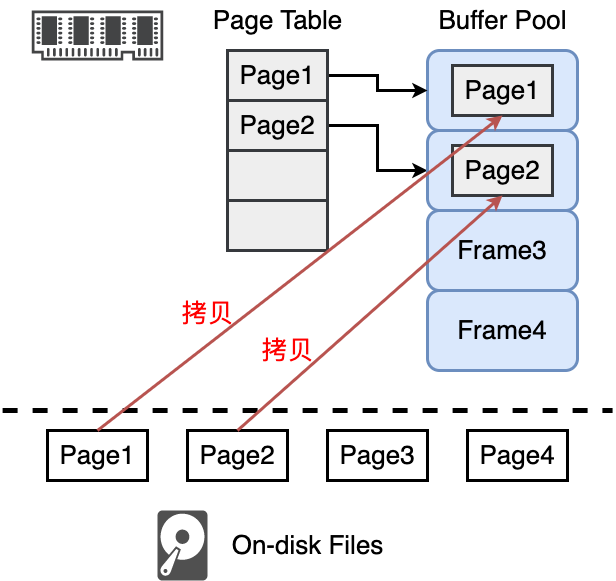
Earlier version of the draw.io export CS/Database/数据库理论/PageTable.drawio.png (superwjfeng/MarkdownWriting). Source tidied: cells renumbered, new cells last; positions are measured from the earlier drawing's top-left corner, leaving out a move shared by most shapes. Its diagram source:
```xml
<mxGraphModel background="#ffffff">
  <root>
    <mxCell id="0" />
    <mxCell id="1" parent="0" />
    <mxCell id="2" style="rounded=1;whiteSpace=wrap;html=1;strokeWidth=3;fillColor=#dae8fc;strokeColor=#6c8ebf;" parent="1" vertex="1">
      <mxGeometry x="425" y="50" width="150" height="80" as="geometry" />
    </mxCell>
    <mxCell id="3" style="sketch=0;shadow=0;dashed=0;html=1;strokeColor=none;fillColor=#505050;labelPosition=center;verticalLabelPosition=bottom;verticalAlign=top;align=center;shape=mxgraph.office.devices.hard_disk;" parent="1" vertex="1">
      <mxGeometry x="155" y="510" width="50" height="70" as="geometry" />
    </mxCell>
    <mxCell id="4" value="&lt;font style=&quot;font-size: 26px;&quot;&gt;On-disk Files&lt;/font&gt;" style="text;html=1;align=center;verticalAlign=middle;strokeColor=none;fillColor=none;" parent="1" vertex="1">
      <mxGeometry x="215" y="525" width="180" height="40" as="geometry" />
    </mxCell>
    <mxCell id="5" style="sketch=0;shadow=0;dashed=0;html=1;strokeColor=none;fillColor=#434445;labelPosition=center;verticalLabelPosition=bottom;verticalAlign=top;align=center;shape=mxgraph.vvd.memory;" parent="1" vertex="1">
      <mxGeometry x="29.2" y="10" width="131.6" height="50" as="geometry" />
    </mxCell>
    <mxCell id="6" value="&lt;font style=&quot;font-size: 26px;&quot;&gt;Page1&lt;/font&gt;" style="rounded=0;whiteSpace=wrap;html=1;strokeWidth=3;" parent="1" vertex="1">
      <mxGeometry x="45" y="430" width="100" height="50" as="geometry" />
    </mxCell>
    <mxCell id="7" value="&lt;font style=&quot;font-size: 26px;&quot;&gt;Page2&lt;/font&gt;" style="rounded=0;whiteSpace=wrap;html=1;strokeWidth=3;" parent="1" vertex="1">
      <mxGeometry x="185" y="430" width="100" height="50" as="geometry" />
    </mxCell>
    <mxCell id="8" value="&lt;font style=&quot;font-size: 26px;&quot;&gt;Page3&lt;/font&gt;" style="rounded=0;whiteSpace=wrap;html=1;strokeWidth=3;" parent="1" vertex="1">
      <mxGeometry x="325" y="430" width="100" height="50" as="geometry" />
    </mxCell>
    <mxCell id="9" value="&lt;font style=&quot;font-size: 26px;&quot;&gt;Page4&lt;/font&gt;" style="rounded=0;whiteSpace=wrap;html=1;strokeWidth=3;" parent="1" vertex="1">
      <mxGeometry x="465" y="430" width="100" height="50" as="geometry" />
    </mxCell>
    <mxCell id="10" style="edgeStyle=orthogonalEdgeStyle;rounded=0;jettySize=auto;html=1;strokeWidth=3;" parent="1" edge="1" source="11" target="2">
      <mxGeometry relative="1" as="geometry" />
    </mxCell>
    <mxCell id="11" value="&lt;font style=&quot;font-size: 26px;&quot;&gt;Page1&lt;/font&gt;" style="rounded=0;whiteSpace=wrap;html=1;strokeWidth=3;fillColor=#eeeeee;strokeColor=#36393d;" parent="1" vertex="1">
      <mxGeometry x="225" y="50" width="100" height="50" as="geometry" />
    </mxCell>
    <mxCell id="12" style="edgeStyle=orthogonalEdgeStyle;rounded=0;jettySize=auto;html=1;strokeWidth=3;" parent="1" edge="1" source="13" target="17">
      <mxGeometry relative="1" as="geometry" />
    </mxCell>
    <mxCell id="13" value="&lt;font style=&quot;font-size: 26px;&quot;&gt;Page2&lt;/font&gt;" style="rounded=0;whiteSpace=wrap;html=1;strokeWidth=3;fillColor=#eeeeee;strokeColor=#36393d;" parent="1" vertex="1">
      <mxGeometry x="225" y="100" width="100" height="50" as="geometry" />
    </mxCell>
    <mxCell id="14" style="rounded=0;whiteSpace=wrap;html=1;strokeWidth=3;fillColor=#eeeeee;strokeColor=#36393d;" parent="1" vertex="1">
      <mxGeometry x="225" y="150" width="100" height="50" as="geometry" />
    </mxCell>
    <mxCell id="15" style="rounded=0;whiteSpace=wrap;html=1;strokeWidth=3;fillColor=#eeeeee;strokeColor=#36393d;" parent="1" vertex="1">
      <mxGeometry x="225" y="200" width="100" height="50" as="geometry" />
    </mxCell>
    <mxCell id="16" value="&lt;font style=&quot;font-size: 26px;&quot;&gt;Page1&lt;/font&gt;" style="rounded=0;whiteSpace=wrap;html=1;strokeWidth=3;fillColor=#eeeeee;strokeColor=#36393d;" parent="1" vertex="1">
      <mxGeometry x="450" y="65" width="100" height="50" as="geometry" />
    </mxCell>
    <mxCell id="17" style="rounded=1;whiteSpace=wrap;html=1;strokeWidth=3;fillColor=#dae8fc;strokeColor=#6c8ebf;" parent="1" vertex="1">
      <mxGeometry x="425" y="130" width="150" height="80" as="geometry" />
    </mxCell>
    <mxCell id="18" value="&lt;font style=&quot;font-size: 26px;&quot;&gt;Page2&lt;/font&gt;" style="rounded=0;whiteSpace=wrap;html=1;strokeWidth=3;fillColor=#eeeeee;strokeColor=#36393d;" parent="1" vertex="1">
      <mxGeometry x="450" y="145" width="100" height="50" as="geometry" />
    </mxCell>
    <mxCell id="19" value="&lt;font style=&quot;font-size: 26px;&quot;&gt;Frame3&lt;/font&gt;" style="rounded=1;whiteSpace=wrap;html=1;strokeWidth=3;fillColor=#dae8fc;strokeColor=#6c8ebf;" parent="1" vertex="1">
      <mxGeometry x="425" y="210" width="150" height="80" as="geometry" />
    </mxCell>
    <mxCell id="20" value="&lt;font style=&quot;font-size: 26px;&quot;&gt;Frame4&lt;/font&gt;" style="rounded=1;whiteSpace=wrap;html=1;strokeWidth=3;fillColor=#dae8fc;strokeColor=#6c8ebf;" parent="1" vertex="1">
      <mxGeometry x="425" y="290" width="150" height="80" as="geometry" />
    </mxCell>
    <mxCell id="21" style="endArrow=none;html=1;rounded=0;strokeWidth=5;dashed=1;" parent="1" edge="1">
      <mxGeometry relative="1" as="geometry">
        <mxPoint x="0.1" y="410" as="sourcePoint" />
        <mxPoint x="609.9" y="410" as="targetPoint" />
      </mxGeometry>
    </mxCell>
    <mxCell id="22" value="&lt;font style=&quot;font-size: 26px;&quot;&gt;Page Table&lt;/font&gt;" style="text;html=1;align=center;verticalAlign=middle;strokeColor=none;fillColor=none;" parent="1" vertex="1">
      <mxGeometry x="200" width="150" height="40" as="geometry" />
    </mxCell>
    <mxCell id="23" value="&lt;font style=&quot;font-size: 26px;&quot;&gt;Buffer Pool&lt;/font&gt;" style="text;html=1;align=center;verticalAlign=middle;strokeColor=none;fillColor=none;" parent="1" vertex="1">
      <mxGeometry x="425" width="150" height="40" as="geometry" />
    </mxCell>
    <mxCell id="24" style="rounded=0;jettySize=auto;html=1;exitX=0.5;exitY=0;exitDx=0;exitDy=0;entryX=0.5;entryY=1;entryDx=0;entryDy=0;strokeWidth=3;fillColor=#f8cecc;strokeColor=#b85450;" parent="1" edge="1" source="6" target="16">
      <mxGeometry relative="1" as="geometry" />
    </mxCell>
    <mxCell id="25" style="rounded=0;jettySize=auto;html=1;exitX=0.5;exitY=0;exitDx=0;exitDy=0;entryX=0.5;entryY=1;entryDx=0;entryDy=0;strokeWidth=3;fillColor=#f8cecc;strokeColor=#b85450;" parent="1" edge="1" source="7" target="18">
      <mxGeometry relative="1" as="geometry" />
    </mxCell>
    <mxCell id="26" value="&lt;font color=&quot;#ff0000&quot; style=&quot;font-size: 26px;&quot;&gt;拷贝&lt;/font&gt;" style="text;html=1;align=center;verticalAlign=middle;strokeColor=none;fillColor=none;" parent="1" vertex="1">
      <mxGeometry x="165" y="293" width="80" height="40" as="geometry" />
    </mxCell>
    <mxCell id="27" value="&lt;font color=&quot;#ff0000&quot; style=&quot;font-size: 26px;&quot;&gt;拷贝&lt;/font&gt;" style="text;html=1;align=center;verticalAlign=middle;strokeColor=none;fillColor=none;" parent="1" vertex="1">
      <mxGeometry x="245" y="330" width="80" height="40" as="geometry" />
    </mxCell>
  </root>
</mxGraphModel>
```
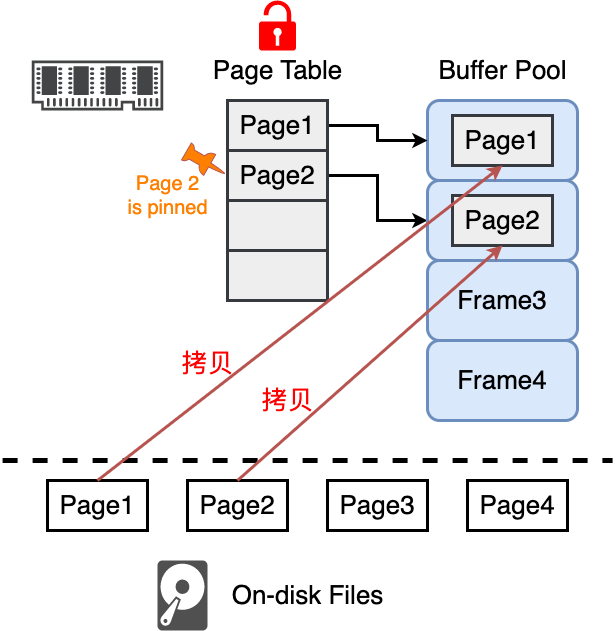
The same file after the commit.

Change to the diagram source:
```diff
@@ -83,5 +83,14 @@
     <mxCell id="27" value="&lt;font color=&quot;#ff0000&quot; style=&quot;font-size: 26px;&quot;&gt;拷贝&lt;/font&gt;" style="text;html=1;align=center;verticalAlign=middle;strokeColor=none;fillColor=none;" parent="1" vertex="1">
       <mxGeometry x="245" y="330" width="80" height="40" as="geometry" />
     </mxCell>
+    <mxCell id="28" style="sketch=0;shadow=0;dashed=0;html=1;strokeColor=none;labelPosition=center;verticalLabelPosition=bottom;verticalAlign=top;align=center;fillColor=#FF0000;shape=mxgraph.mscae.enterprise.lock_unlocked;" parent="1" vertex="1">
+      <mxGeometry x="256.5" y="-50" width="37" height="50" as="geometry" />
+    </mxCell>
+    <mxCell id="29" style="sketch=0;shadow=0;dashed=0;html=1;strokeColor=#b85450;fillColor=#FF8000;labelPosition=center;verticalLabelPosition=bottom;verticalAlign=top;align=center;shape=mxgraph.office.concepts.pin;rotation=-60;" parent="1" vertex="1">
+      <mxGeometry x="191" y="90" width="24" height="44" as="geometry" />
+    </mxCell>
+    <mxCell id="30" value="&lt;font color=&quot;#ff8000&quot; style=&quot;font-size: 20px;&quot;&gt;Page 2 &lt;br&gt;is pinned&lt;/font&gt;" style="text;html=1;align=center;verticalAlign=middle;strokeColor=none;fillColor=none;" parent="1" vertex="1">
+      <mxGeometry x="115" y="115" width="100" height="60" as="geometry" />
+    </mxCell>
   </root>
 </mxGraphModel>
```
